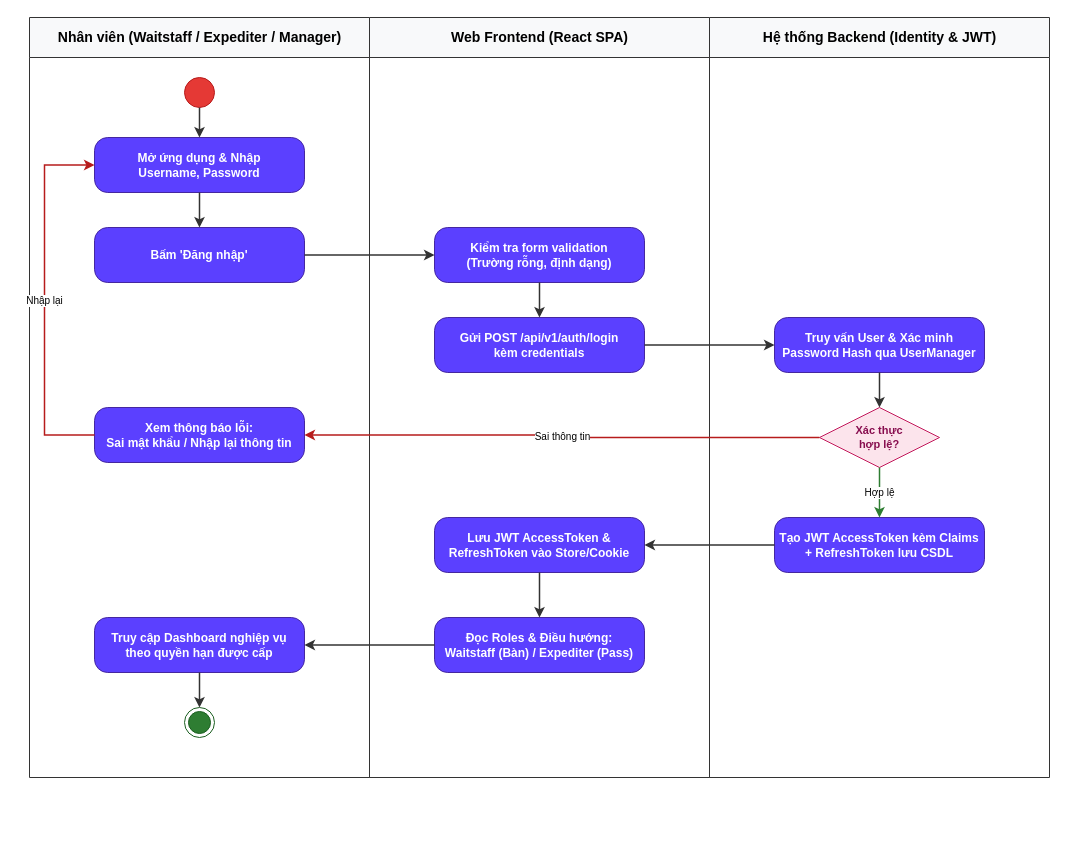
The draw.io diagram docs/phase1/drawio/ad06_staff_login.drawio in AndrewQng/VinDining, before the edit. Source tidied: cells renumbered, new cells numbered last; positions are measured from the earlier drawing's top-left corner, leaving out a move shared by most shapes. Both pictures are drawn from the tidied source at 100%, with x=0, y=0 at pixel (29, 17).
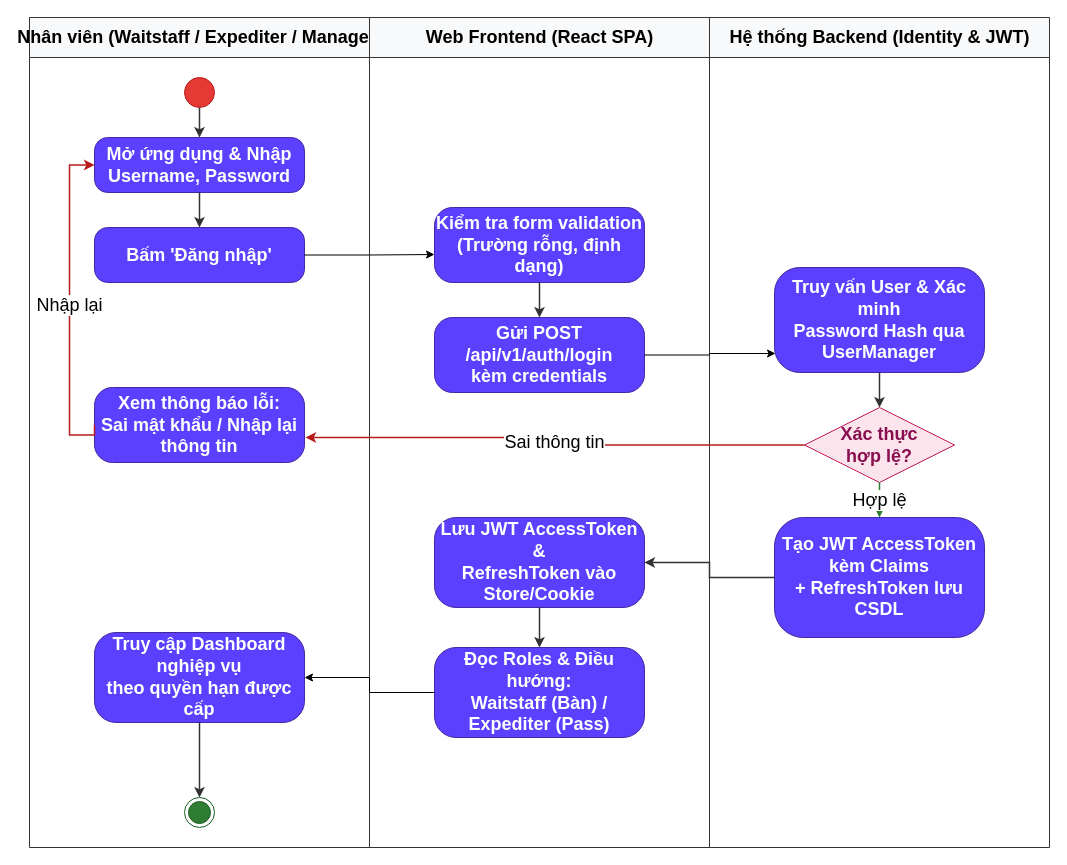
The same page after the edit.

Diff of the diagram source:
```diff
@@
-    <mxCell id="2" value="Nhân viên (Waitstaff / Expediter / Manager)" style="swimlane;html=1;startSize=40;horizontal=1;fontStyle=1;fontSize=14;align=center;verticalAlign=middle;fillColor=#f8f9fa;strokeColor=#333333;swimlaneLine=1;" parent="1" vertex="1">
-      <mxGeometry width="340" height="760" as="geometry" />
+    <mxCell id="2" value="Nhân viên (Waitstaff / Expediter / Manager)" style="swimlane;html=1;startSize=40;horizontal=1;fontStyle=1;fontSize=18;align=center;verticalAlign=middle;fillColor=#f8f9fa;strokeColor=#333333;swimlaneLine=1;" parent="1" vertex="1">
+      <mxGeometry width="340" height="830" as="geometry" />
     </mxCell>
-    <mxCell id="3" style="ellipse;whiteSpace=wrap;html=1;fillColor=#e53935;strokeColor=#b71c1c;" parent="2" vertex="1">
+    <mxCell id="3" style="ellipse;whiteSpace=wrap;html=1;fillColor=#e53935;strokeColor=#b71c1c;fontSize=18;" parent="2" vertex="1">
       <mxGeometry x="155" y="60" width="30" height="30" as="geometry" />
     </mxCell>
-    <mxCell id="4" value="Mở ứng dụng &amp; Nhập&#10;Username, Password" style="rounded=1;arcSize=24;whiteSpace=wrap;html=1;fillColor=#5b40ff;strokeColor=#4527a0;fontColor=#ffffff;fontStyle=1;fontSize=12;align=center;verticalAlign=middle;" parent="2" vertex="1">
+    <mxCell id="4" value="Mở ứng dụng &amp;amp; Nhập&#10;Username, Password" style="rounded=1;arcSize=24;whiteSpace=wrap;html=1;fillColor=#5b40ff;strokeColor=#4527a0;fontColor=#ffffff;fontStyle=1;fontSize=18;align=center;verticalAlign=middle;" parent="2" vertex="1">
       <mxGeometry x="65" y="120" width="210" height="55" as="geometry" />
     </mxCell>
-    <mxCell id="5" value="Bấm 'Đăng nhập'" style="rounded=1;arcSize=24;whiteSpace=wrap;html=1;fillColor=#5b40ff;strokeColor=#4527a0;fontColor=#ffffff;fontStyle=1;fontSize=12;align=center;verticalAlign=middle;" parent="2" vertex="1">
+    <mxCell id="5" value="Bấm 'Đăng nhập'" style="rounded=1;arcSize=24;whiteSpace=wrap;html=1;fillColor=#5b40ff;strokeColor=#4527a0;fontColor=#ffffff;fontStyle=1;fontSize=18;align=center;verticalAlign=middle;" parent="2" vertex="1">
       <mxGeometry x="65" y="210" width="210" height="55" as="geometry" />
     </mxCell>
-    <mxCell id="6" value="Xem thông báo lỗi:&#10;Sai mật khẩu / Nhập lại thông tin" style="rounded=1;arcSize=24;whiteSpace=wrap;html=1;fillColor=#5b40ff;strokeColor=#4527a0;fontColor=#ffffff;fontStyle=1;fontSize=12;align=center;verticalAlign=middle;" parent="2" vertex="1">
-      <mxGeometry x="65" y="390" width="210" height="55" as="geometry" />
+    <mxCell id="6" value="Xem thông báo lỗi:&#10;Sai mật khẩu / Nhập lại thông tin" style="rounded=1;arcSize=24;whiteSpace=wrap;html=1;fillColor=#5b40ff;strokeColor=#4527a0;fontColor=#ffffff;fontStyle=1;fontSize=18;align=center;verticalAlign=middle;" parent="2" vertex="1">
+      <mxGeometry x="65" y="370" width="210" height="75" as="geometry" />
     </mxCell>
-    <mxCell id="7" value="Truy cập Dashboard nghiệp vụ&#10;theo quyền hạn được cấp" style="rounded=1;arcSize=24;whiteSpace=wrap;html=1;fillColor=#5b40ff;strokeColor=#4527a0;fontColor=#ffffff;fontStyle=1;fontSize=12;align=center;verticalAlign=middle;" parent="2" vertex="1">
-      <mxGeometry x="65" y="600" width="210" height="55" as="geometry" />
+    <mxCell id="7" value="Truy cập Dashboard nghiệp vụ&#10;theo quyền hạn được cấp" style="rounded=1;arcSize=24;whiteSpace=wrap;html=1;fillColor=#5b40ff;strokeColor=#4527a0;fontColor=#ffffff;fontStyle=1;fontSize=18;align=center;verticalAlign=middle;" parent="2" vertex="1">
+      <mxGeometry x="65" y="615" width="210" height="90" as="geometry" />
     </mxCell>
-    <mxCell id="8" style="ellipse;html=1;shape=endState;fillColor=#2e7d32;strokeColor=#1b5e20;" parent="2" vertex="1">
-      <mxGeometry x="155" y="690" width="30" height="30" as="geometry" />
-    </mxCell>
-    <mxCell id="9" value="Web Frontend (React SPA)" style="swimlane;html=1;startSize=40;horizontal=1;fontStyle=1;fontSize=14;align=center;verticalAlign=middle;fillColor=#f8f9fa;strokeColor=#333333;swimlaneLine=1;" parent="1" vertex="1">
-      <mxGeometry x="340" width="340" height="760" as="geometry" />
+    <mxCell id="9" value="Web Frontend (React SPA)" style="swimlane;html=1;startSize=40;horizontal=1;fontStyle=1;fontSize=18;align=center;verticalAlign=middle;fillColor=#f8f9fa;strokeColor=#333333;swimlaneLine=1;" parent="1" vertex="1">
+      <mxGeometry x="340" width="340" height="830" as="geometry" />
     </mxCell>
-    <mxCell id="10" value="Kiểm tra form validation&#10;(Trường rỗng, định dạng)" style="rounded=1;arcSize=24;whiteSpace=wrap;html=1;fillColor=#5b40ff;strokeColor=#4527a0;fontColor=#ffffff;fontStyle=1;fontSize=12;align=center;verticalAlign=middle;" parent="9" vertex="1">
-      <mxGeometry x="65" y="210" width="210" height="55" as="geometry" />
+    <mxCell id="10" value="Kiểm tra form validation&#10;(Trường rỗng, định dạng)" style="rounded=1;arcSize=24;whiteSpace=wrap;html=1;fillColor=#5b40ff;strokeColor=#4527a0;fontColor=#ffffff;fontStyle=1;fontSize=18;align=center;verticalAlign=middle;" parent="9" vertex="1">
+      <mxGeometry x="65" y="190" width="210" height="75" as="geometry" />
     </mxCell>
-    <mxCell id="11" value="Gửi POST /api/v1/auth/login&#10;kèm credentials" style="rounded=1;arcSize=24;whiteSpace=wrap;html=1;fillColor=#5b40ff;strokeColor=#4527a0;fontColor=#ffffff;fontStyle=1;fontSize=12;align=center;verticalAlign=middle;" parent="9" vertex="1">
-      <mxGeometry x="65" y="300" width="210" height="55" as="geometry" />
+    <mxCell id="11" value="Gửi POST /api/v1/auth/login&#10;kèm credentials" style="rounded=1;arcSize=24;whiteSpace=wrap;html=1;fillColor=#5b40ff;strokeColor=#4527a0;fontColor=#ffffff;fontStyle=1;fontSize=18;align=center;verticalAlign=middle;" parent="9" vertex="1">
+      <mxGeometry x="65" y="300" width="210" height="75" as="geometry" />
     </mxCell>
-    <mxCell id="12" value="Lưu JWT AccessToken &amp;&#10;RefreshToken vào Store/Cookie" style="rounded=1;arcSize=24;whiteSpace=wrap;html=1;fillColor=#5b40ff;strokeColor=#4527a0;fontColor=#ffffff;fontStyle=1;fontSize=12;align=center;verticalAlign=middle;" parent="9" vertex="1">
-      <mxGeometry x="65" y="500" width="210" height="55" as="geometry" />
+    <mxCell id="12" value="Lưu JWT AccessToken &amp;amp;&#10;RefreshToken vào Store/Cookie" style="rounded=1;arcSize=24;whiteSpace=wrap;html=1;fillColor=#5b40ff;strokeColor=#4527a0;fontColor=#ffffff;fontStyle=1;fontSize=18;align=center;verticalAlign=middle;" parent="9" vertex="1">
+      <mxGeometry x="65" y="500" width="210" height="90" as="geometry" />
     </mxCell>
-    <mxCell id="13" value="Đọc Roles &amp; Điều hướng:&#10;Waitstaff (Bàn) / Expediter (Pass)" style="rounded=1;arcSize=24;whiteSpace=wrap;html=1;fillColor=#5b40ff;strokeColor=#4527a0;fontColor=#ffffff;fontStyle=1;fontSize=12;align=center;verticalAlign=middle;" parent="9" vertex="1">
-      <mxGeometry x="65" y="600" width="210" height="55" as="geometry" />
+    <mxCell id="13" value="Đọc Roles &amp;amp; Điều hướng:&#10;Waitstaff (Bàn) / Expediter (Pass)" style="rounded=1;arcSize=24;whiteSpace=wrap;html=1;fillColor=#5b40ff;strokeColor=#4527a0;fontColor=#ffffff;fontStyle=1;fontSize=18;align=center;verticalAlign=middle;" parent="9" vertex="1">
+      <mxGeometry x="65" y="630" width="210" height="90" as="geometry" />
     </mxCell>
-    <mxCell id="14" value="Hệ thống Backend (Identity &amp; JWT)" style="swimlane;html=1;startSize=40;horizontal=1;fontStyle=1;fontSize=14;align=center;verticalAlign=middle;fillColor=#f8f9fa;strokeColor=#333333;swimlaneLine=1;" parent="1" vertex="1">
-      <mxGeometry x="680" width="340" height="760" as="geometry" />
+    <mxCell id="14" value="Hệ thống Backend (Identity &amp;amp; JWT)" style="swimlane;html=1;startSize=40;horizontal=1;fontStyle=1;fontSize=18;align=center;verticalAlign=middle;fillColor=#f8f9fa;strokeColor=#333333;swimlaneLine=1;" parent="1" vertex="1">
+      <mxGeometry x="680" width="340" height="830" as="geometry" />
     </mxCell>
-    <mxCell id="15" value="Truy vấn User &amp; Xác minh&#10;Password Hash qua UserManager" style="rounded=1;arcSize=24;whiteSpace=wrap;html=1;fillColor=#5b40ff;strokeColor=#4527a0;fontColor=#ffffff;fontStyle=1;fontSize=12;align=center;verticalAlign=middle;" parent="14" vertex="1">
-      <mxGeometry x="65" y="300" width="210" height="55" as="geometry" />
+    <mxCell id="15" value="Truy vấn User &amp;amp; Xác minh&#10;Password Hash qua UserManager" style="rounded=1;arcSize=24;whiteSpace=wrap;html=1;fillColor=#5b40ff;strokeColor=#4527a0;fontColor=#ffffff;fontStyle=1;fontSize=18;align=center;verticalAlign=middle;" parent="14" vertex="1">
+      <mxGeometry x="65" y="250" width="210" height="105" as="geometry" />
     </mxCell>
-    <mxCell id="16" value="Xác thực&#10;hợp lệ?" style="rhombus;whiteSpace=wrap;html=1;fillColor=#fce4ec;strokeColor=#c2185b;fontColor=#880e4f;fontStyle=1;fontSize=11;align=center;verticalAlign=middle;" parent="14" vertex="1">
-      <mxGeometry x="110" y="390" width="120" height="60" as="geometry" />
+    <mxCell id="16" value="Xác thực&#10;hợp lệ?" style="rhombus;whiteSpace=wrap;html=1;fillColor=#fce4ec;strokeColor=#c2185b;fontColor=#880e4f;fontStyle=1;fontSize=18;align=center;verticalAlign=middle;" parent="14" vertex="1">
+      <mxGeometry x="95" y="390" width="150" height="75" as="geometry" />
     </mxCell>
-    <mxCell id="17" value="Tạo JWT AccessToken kèm Claims&#10;+ RefreshToken lưu CSDL" style="rounded=1;arcSize=24;whiteSpace=wrap;html=1;fillColor=#5b40ff;strokeColor=#4527a0;fontColor=#ffffff;fontStyle=1;fontSize=12;align=center;verticalAlign=middle;" parent="14" vertex="1">
-      <mxGeometry x="65" y="500" width="210" height="55" as="geometry" />
+    <mxCell id="17" value="Tạo JWT AccessToken kèm Claims&#10;+ RefreshToken lưu CSDL" style="rounded=1;arcSize=24;whiteSpace=wrap;html=1;fillColor=#5b40ff;strokeColor=#4527a0;fontColor=#ffffff;fontStyle=1;fontSize=18;align=center;verticalAlign=middle;" parent="14" vertex="1">
+      <mxGeometry x="65" y="500" width="210" height="120" as="geometry" />
     </mxCell>
-    <mxCell id="18" style="edgeStyle=orthogonalEdgeStyle;rounded=0;strokeColor=#333333;strokeWidth=1.5;html=1;" parent="1" edge="1" source="3" target="4">
+    <mxCell id="18" style="edgeStyle=orthogonalEdgeStyle;rounded=0;strokeColor=#333333;strokeWidth=1.5;html=1;fontSize=18;" parent="1" edge="1" source="3" target="4">
       <mxGeometry relative="1" as="geometry" />
     </mxCell>
-    <mxCell id="19" style="edgeStyle=orthogonalEdgeStyle;rounded=0;strokeColor=#333333;strokeWidth=1.5;html=1;" parent="1" edge="1" source="4" target="5">
+    <mxCell id="19" style="edgeStyle=orthogonalEdgeStyle;rounded=0;strokeColor=#333333;strokeWidth=1.5;html=1;fontSize=18;" parent="1" edge="1" source="4" target="5">
       <mxGeometry relative="1" as="geometry" />
     </mxCell>
-    <mxCell id="20" style="edgeStyle=orthogonalEdgeStyle;rounded=0;strokeColor=#333333;strokeWidth=1.5;html=1;exitX=1;exitY=0.5;entryX=0;entryY=0.5;" parent="1" edge="1" source="5" target="10">
-      <mxGeometry relative="1" as="geometry" />
-    </mxCell>
-    <mxCell id="21" style="edgeStyle=orthogonalEdgeStyle;rounded=0;strokeColor=#333333;strokeWidth=1.5;html=1;" parent="1" edge="1" source="10" target="11">
+    <mxCell id="21" style="edgeStyle=orthogonalEdgeStyle;rounded=0;strokeColor=#333333;strokeWidth=1.5;html=1;fontSize=18;" parent="1" edge="1" source="10" target="11">
       <mxGeometry relative="1" as="geometry" />
     </mxCell>
-    <mxCell id="22" style="edgeStyle=orthogonalEdgeStyle;rounded=0;strokeColor=#333333;strokeWidth=1.5;html=1;exitX=1;exitY=0.5;entryX=0;entryY=0.5;" parent="1" edge="1" source="11" target="15">
-      <mxGeometry relative="1" as="geometry" />
-    </mxCell>
-    <mxCell id="23" style="edgeStyle=orthogonalEdgeStyle;rounded=0;strokeColor=#333333;strokeWidth=1.5;html=1;" parent="1" edge="1" source="15" target="16">
+    <mxCell id="23" style="edgeStyle=orthogonalEdgeStyle;rounded=0;strokeColor=#333333;strokeWidth=1.5;html=1;fontSize=18;" parent="1" edge="1" source="15" target="16">
       <mxGeometry relative="1" as="geometry" />
     </mxCell>
-    <mxCell id="24" value="Sai thông tin" style="edgeStyle=orthogonalEdgeStyle;rounded=0;strokeColor=#b71c1c;strokeWidth=1.5;html=1;fontSize=10;labelBackgroundColor=#ffffff;exitX=0;exitY=0.5;entryX=1;entryY=0.5;" parent="1" edge="1" source="16" target="6">
+    <mxCell id="24" value="Sai thông tin" style="edgeStyle=orthogonalEdgeStyle;rounded=0;strokeColor=#b71c1c;strokeWidth=1.5;html=1;fontSize=18;labelBackgroundColor=#ffffff;exitX=0;exitY=0.5;entryX=1.005;entryY=0.667;entryDx=0;entryDy=0;entryPerimeter=0;" parent="1" edge="1" source="16" target="6">
       <mxGeometry relative="1" as="geometry" />
     </mxCell>
-    <mxCell id="25" value="Nhập lại" style="edgeStyle=orthogonalEdgeStyle;rounded=0;strokeColor=#b71c1c;strokeWidth=1.5;html=1;fontSize=10;labelBackgroundColor=#ffffff;exitX=0;exitY=0.5;entryX=0;entryY=0.5;" parent="1" edge="1" source="6" target="4">
+    <mxCell id="25" value="Nhập lại" style="edgeStyle=orthogonalEdgeStyle;rounded=0;strokeColor=#b71c1c;strokeWidth=1.5;html=1;fontSize=18;labelBackgroundColor=#ffffff;exitX=0;exitY=0.5;entryX=0;entryY=0.5;" parent="1" edge="1" source="6" target="4">
       <mxGeometry relative="1" as="geometry">
         <Array as="points">
-          <mxPoint x="15" y="417.5" />
-          <mxPoint x="15" y="147.5" />
+          <mxPoint x="40" y="417.5" />
+          <mxPoint x="40" y="147.5" />
         </Array>
       </mxGeometry>
     </mxCell>
-    <mxCell id="26" value="Hợp lệ" style="edgeStyle=orthogonalEdgeStyle;rounded=0;strokeColor=#2e7d32;strokeWidth=1.5;html=1;fontSize=10;labelBackgroundColor=#ffffff;exitX=0.5;exitY=1;entryX=0.5;entryY=0;" parent="1" edge="1" source="16" target="17">
+    <mxCell id="26" value="Hợp lệ" style="edgeStyle=orthogonalEdgeStyle;rounded=0;strokeColor=#2e7d32;strokeWidth=1.5;html=1;fontSize=18;labelBackgroundColor=#ffffff;exitX=0.5;exitY=1;entryX=0.5;entryY=0;" parent="1" edge="1" source="16" target="17">
       <mxGeometry relative="1" as="geometry" />
     </mxCell>
-    <mxCell id="27" style="edgeStyle=orthogonalEdgeStyle;rounded=0;strokeColor=#333333;strokeWidth=1.5;html=1;exitX=0;exitY=0.5;entryX=1;entryY=0.5;" parent="1" edge="1" source="17" target="12">
+    <mxCell id="27" style="edgeStyle=orthogonalEdgeStyle;rounded=0;strokeColor=#333333;strokeWidth=1.5;html=1;exitX=0;exitY=0.5;entryX=1;entryY=0.5;fontSize=18;" parent="1" edge="1" source="17" target="12">
       <mxGeometry relative="1" as="geometry" />
     </mxCell>
-    <mxCell id="28" style="edgeStyle=orthogonalEdgeStyle;rounded=0;strokeColor=#333333;strokeWidth=1.5;html=1;" parent="1" edge="1" source="12" target="13">
+    <mxCell id="28" style="edgeStyle=orthogonalEdgeStyle;rounded=0;strokeColor=#333333;strokeWidth=1.5;html=1;fontSize=18;" parent="1" edge="1" source="12" target="13">
       <mxGeometry relative="1" as="geometry" />
     </mxCell>
+    <mxCell id="22" style="edgeStyle=orthogonalEdgeStyle;rounded=0;jettySize=auto;html=1;entryX=0.005;entryY=0.819;entryDx=0;entryDy=0;entryPerimeter=0;" parent="1" edge="1" source="11" target="15">
+      <mxGeometry relative="1" as="geometry" />
+    </mxCell>
+    <mxCell id="20" style="edgeStyle=orthogonalEdgeStyle;rounded=0;jettySize=auto;html=1;entryX=0;entryY=0.627;entryDx=0;entryDy=0;entryPerimeter=0;" parent="1" edge="1" source="5" target="10">
+      <mxGeometry relative="1" as="geometry" />
+    </mxCell>
+    <mxCell id="8" style="ellipse;html=1;shape=endState;fillColor=#2e7d32;strokeColor=#1b5e20;fontSize=18;" parent="1" vertex="1">
+      <mxGeometry x="155" y="780" width="30" height="30" as="geometry" />
+    </mxCell>
+    <mxCell id="30" style="edgeStyle=orthogonalEdgeStyle;rounded=0;strokeColor=#333333;strokeWidth=1.5;html=1;fontSize=18;" parent="1" edge="1" source="7" target="8">
+      <mxGeometry relative="1" as="geometry" />
+    </mxCell>
-    <mxCell id="29" style="edgeStyle=orthogonalEdgeStyle;rounded=0;strokeColor=#333333;strokeWidth=1.5;html=1;exitX=0;exitY=0.5;entryX=1;entryY=0.5;" parent="1" edge="1" source="13" target="7">
+    <mxCell id="29" style="edgeStyle=orthogonalEdgeStyle;rounded=0;jettySize=auto;html=1;" parent="1" edge="1" source="13" target="7">
       <mxGeometry relative="1" as="geometry" />
     </mxCell>
-    <mxCell id="30" style="edgeStyle=orthogonalEdgeStyle;rounded=0;strokeColor=#333333;strokeWidth=1.5;html=1;" parent="1" edge="1" source="7" target="8">
-      <mxGeometry relative="1" as="geometry" />
-    </mxCell>
```
